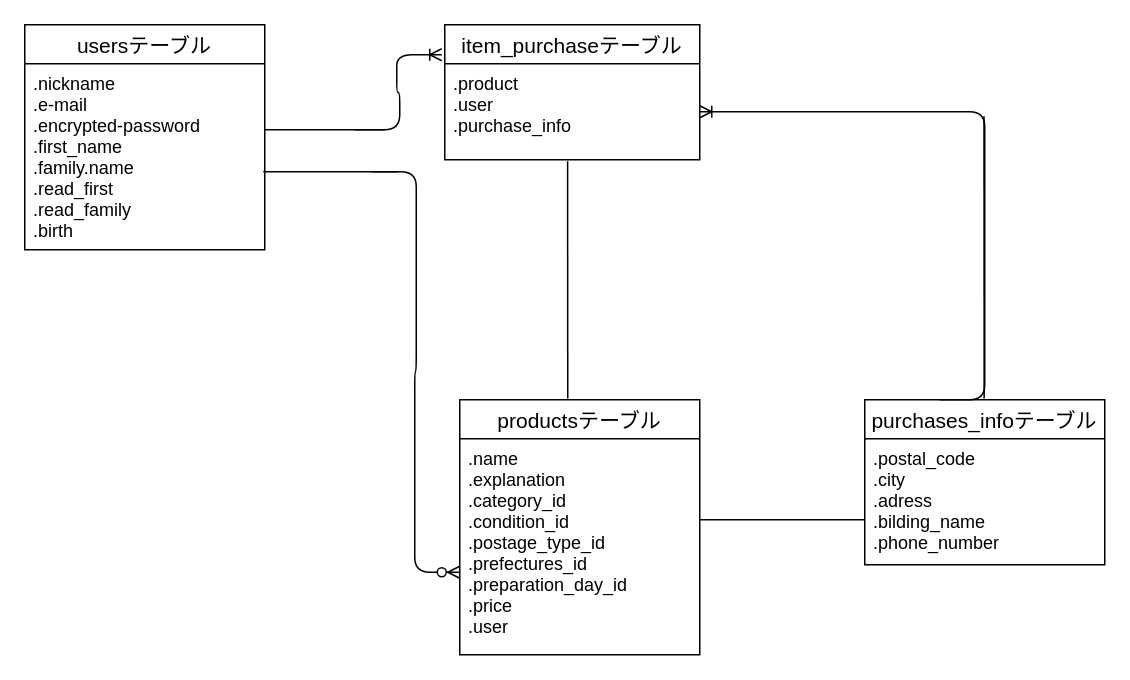
The draw.io diagram furima.dio in happyshop6/furima-38846, before the edit. Source tidied: cells renumbered, new cells numbered last; positions are measured from the earlier drawing's top-left corner, leaving out a move shared by most shapes. Both pictures are drawn from the tidied source at 150%, with x=0, y=0 at pixel (24, 24).
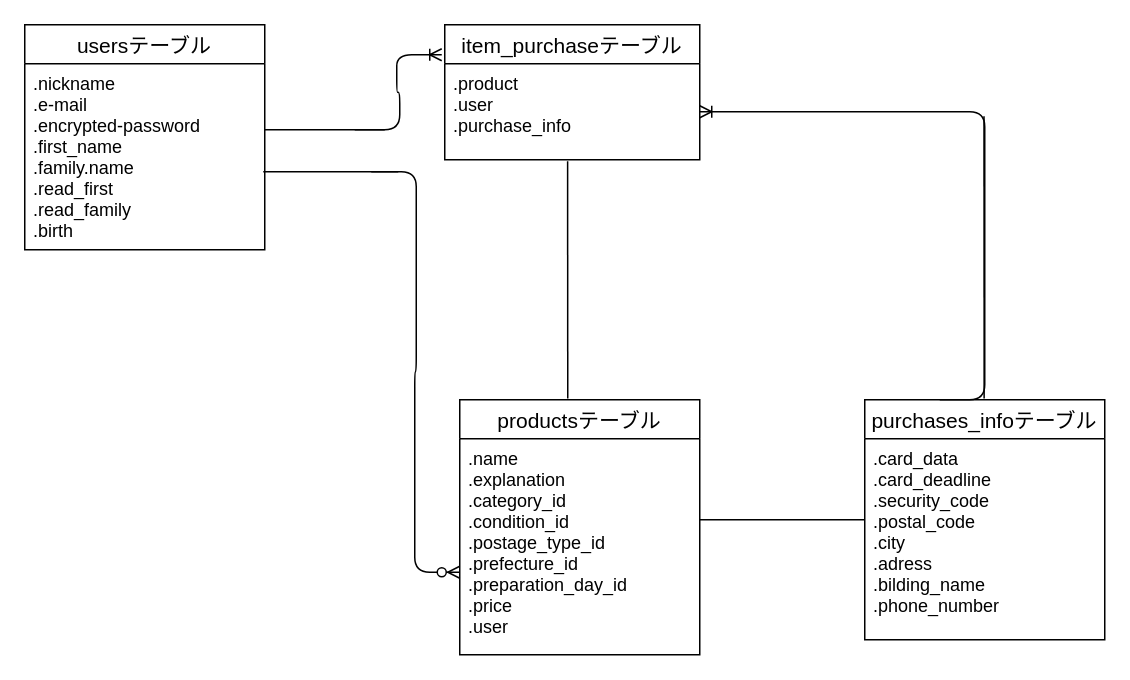
The same page after the edit.

Unchanged cells that the change refers to:
```xml
<mxCell id="6" value="productsテーブル" style="swimlane;fontStyle=0;horizontal=1;startSize=26;align=center;fontSize=14;" parent="1" vertex="1">
  <mxGeometry x="290" y="250" width="160" height="170" as="geometry" />
</mxCell>
```

Diff of the diagram source:
```diff
@@
-    <mxCell id="7" value=".name&#10;.explanation&#10;.category_id&#10;.condition_id&#10;.postage_type_id&#10;.prefectures_id&#10;.preparation_day_id&#10;.price&#10;.user" style="text;strokeColor=none;fillColor=none;spacingLeft=4;spacingRight=4;overflow=hidden;fontSize=12;" parent="6" vertex="1">
+    <mxCell id="7" value=".name&#10;.explanation&#10;.category_id&#10;.condition_id&#10;.postage_type_id&#10;.prefecture_id&#10;.preparation_day_id&#10;.price&#10;.user" style="text;strokeColor=none;fillColor=none;spacingLeft=4;spacingRight=4;overflow=hidden;fontSize=12;" parent="6" vertex="1">
       <mxGeometry y="26" width="160" height="144" as="geometry" />
     </mxCell>
     <mxCell id="8" value="purchases_infoテーブル" style="swimlane;fontStyle=0;horizontal=1;startSize=26;align=center;fontSize=14;" parent="1" vertex="1">
-      <mxGeometry x="560" y="250" width="160" height="110" as="geometry" />
+      <mxGeometry x="560" y="250" width="160" height="160" as="geometry" />
     </mxCell>
-    <mxCell id="9" value=".postal_code&#10;.city&#10;.adress&#10;.bilding_name&#10;.phone_number&#10;" style="text;strokeColor=none;fillColor=none;spacingLeft=4;spacingRight=4;overflow=hidden;fontSize=12;" parent="8" vertex="1">
-      <mxGeometry y="26" width="160" height="84" as="geometry" />
+    <mxCell id="9" value=".card_data&#10;.card_deadline&#10;.security_code&#10;.postal_code&#10;.city&#10;.adress&#10;.bilding_name&#10;.phone_number&#10;" style="text;strokeColor=none;fillColor=none;spacingLeft=4;spacingRight=4;overflow=hidden;fontSize=12;" parent="8" vertex="1">
+      <mxGeometry y="26" width="160" height="134" as="geometry" />
     </mxCell>
```
